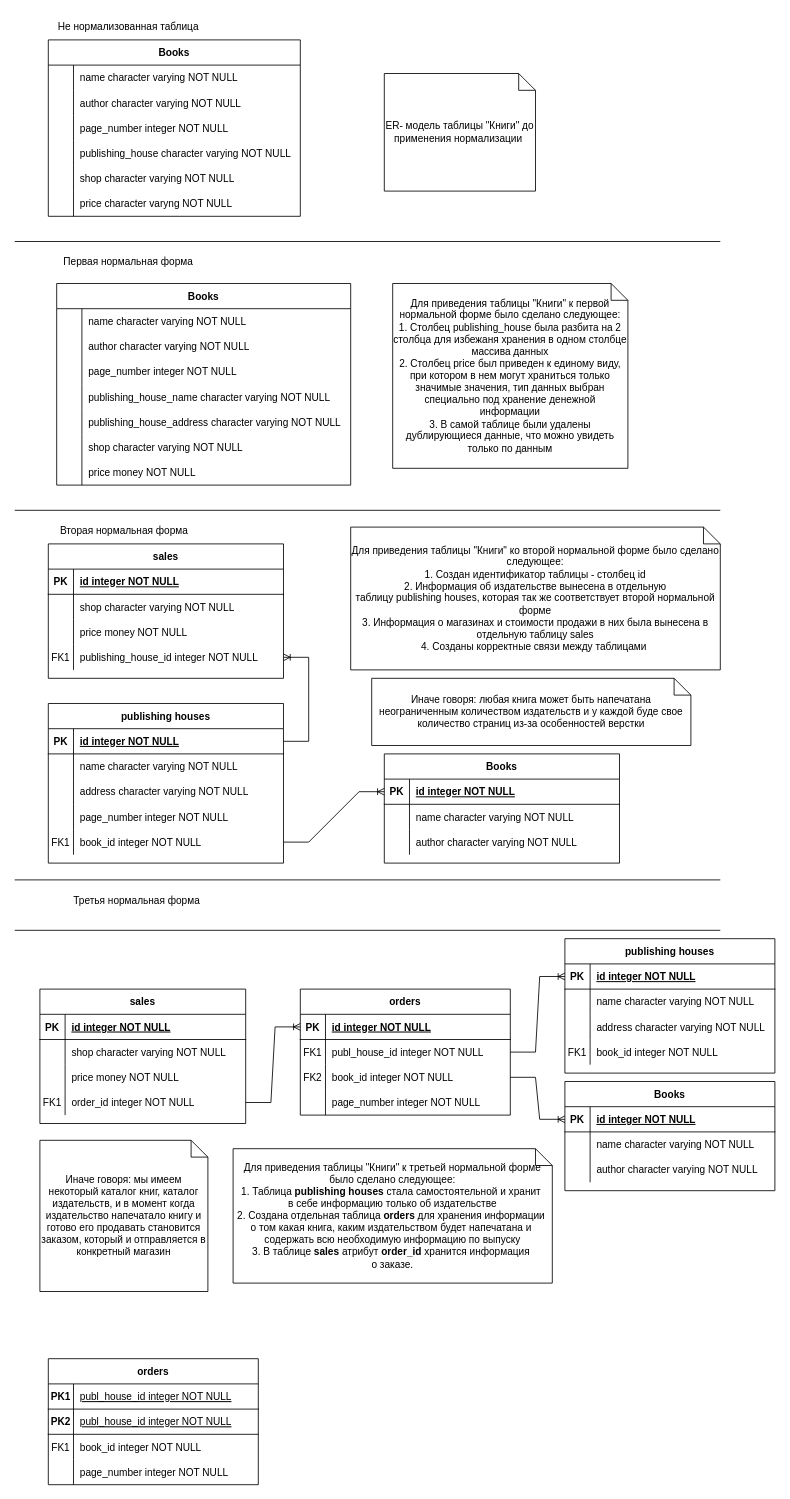
Before: Диаграмма без названия.drawio in Anna-the-racoon/For_draw_io, a draw.io diagram. Source tidied: cells renumbered, new cells numbered last; positions are measured from the earlier drawing's top-left corner, leaving out a move shared by most shapes. Both pictures are drawn from the tidied source at 84%, with x=0, y=0 at pixel (14, 14).
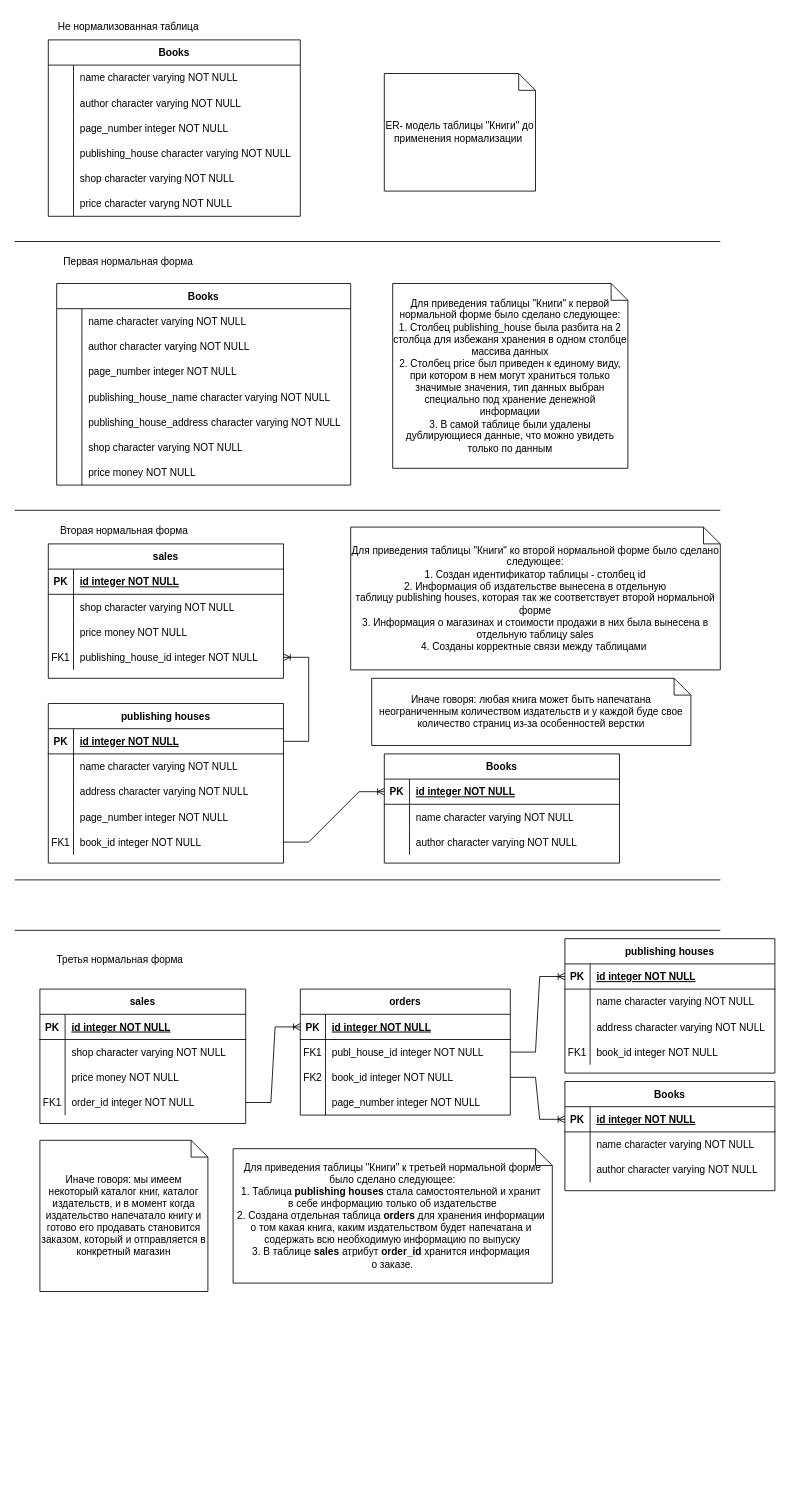
After the change.

Diff of the diagram source:
```diff
@@
     <mxCell id="106" value="Третья нормальная форма" style="text;html=1;align=center;verticalAlign=middle;strokeColor=none;fillColor=none;" parent="1" vertex="1">
-      <mxGeometry x="60" y="1040" width="170" height="30" as="geometry" />
+      <mxGeometry x="40" y="1110" width="170" height="30" as="geometry" />
     </mxCell>
@@
-    <mxCell id="152" value="orders" style="shape=table;startSize=30;childLayout=tableLayout;rowLines=0;fontStyle=1;align=center;" parent="1" vertex="1">
-      <mxGeometry x="40" y="1600" width="250" height="150" as="geometry" />
-    </mxCell>
-    <mxCell id="153" style="shape=partialRectangle;fillColor=none;top=0;left=0;right=0;bottom=1;" parent="152" vertex="1">
-      <mxGeometry y="30" width="250" height="30" as="geometry" />
-    </mxCell>
-    <mxCell id="154" value="PK1" style="shape=partialRectangle;overflow=hidden;fillColor=none;top=0;left=0;bottom=0;right=0;fontStyle=1;" parent="153" vertex="1">
-      <mxGeometry width="30" height="30" as="geometry" />
-    </mxCell>
-    <mxCell id="155" value="publ_house_id integer NOT NULL" style="shape=partialRectangle;overflow=hidden;fillColor=none;top=0;left=0;bottom=0;right=0;align=left;spacingLeft=6;fontStyle=4;" parent="153" vertex="1">
-      <mxGeometry x="30" width="220" height="30" as="geometry" />
-    </mxCell>
-    <mxCell id="156" style="shape=partialRectangle;fillColor=none;top=0;left=0;right=0;bottom=1;" parent="152" vertex="1">
-      <mxGeometry y="60" width="250" height="30" as="geometry" />
-    </mxCell>
-    <mxCell id="157" value="PK2" style="shape=partialRectangle;overflow=hidden;fillColor=none;top=0;left=0;bottom=0;right=0;fontStyle=1;" parent="156" vertex="1">
-      <mxGeometry width="30" height="30" as="geometry" />
-    </mxCell>
-    <mxCell id="158" value="publ_house_id integer NOT NULL" style="shape=partialRectangle;overflow=hidden;fillColor=none;top=0;left=0;bottom=0;right=0;align=left;spacingLeft=6;fontStyle=4;" parent="156" vertex="1">
-      <mxGeometry x="30" width="220" height="30" as="geometry" />
-    </mxCell>
-    <mxCell id="159" style="shape=partialRectangle;fillColor=none;top=0;left=0;right=0;bottom=0;" parent="152" vertex="1">
-      <mxGeometry y="90" width="250" height="30" as="geometry" />
-    </mxCell>
-    <mxCell id="160" value="FK1" style="shape=partialRectangle;overflow=hidden;fillColor=none;top=0;left=0;bottom=0;right=0;" parent="159" vertex="1">
-      <mxGeometry width="30" height="30" as="geometry" />
-    </mxCell>
-    <mxCell id="161" value="book_id integer NOT NULL" style="shape=partialRectangle;overflow=hidden;fillColor=none;top=0;left=0;bottom=0;right=0;align=left;spacingLeft=6;" parent="159" vertex="1">
-      <mxGeometry x="30" width="220" height="30" as="geometry" />
-    </mxCell>
-    <mxCell id="162" style="shape=partialRectangle;fillColor=none;top=0;left=0;right=0;bottom=0;" parent="152" vertex="1">
-      <mxGeometry y="120" width="250" height="30" as="geometry" />
-    </mxCell>
-    <mxCell id="163" style="shape=partialRectangle;overflow=hidden;fillColor=none;top=0;left=0;bottom=0;right=0;" parent="162" vertex="1">
-      <mxGeometry width="30" height="30" as="geometry" />
-    </mxCell>
-    <mxCell id="164" value="page_number integer NOT NULL" style="shape=partialRectangle;overflow=hidden;fillColor=none;top=0;left=0;bottom=0;right=0;align=left;spacingLeft=6;" parent="162" vertex="1">
-      <mxGeometry x="30" width="220" height="30" as="geometry" />
-    </mxCell>
```
